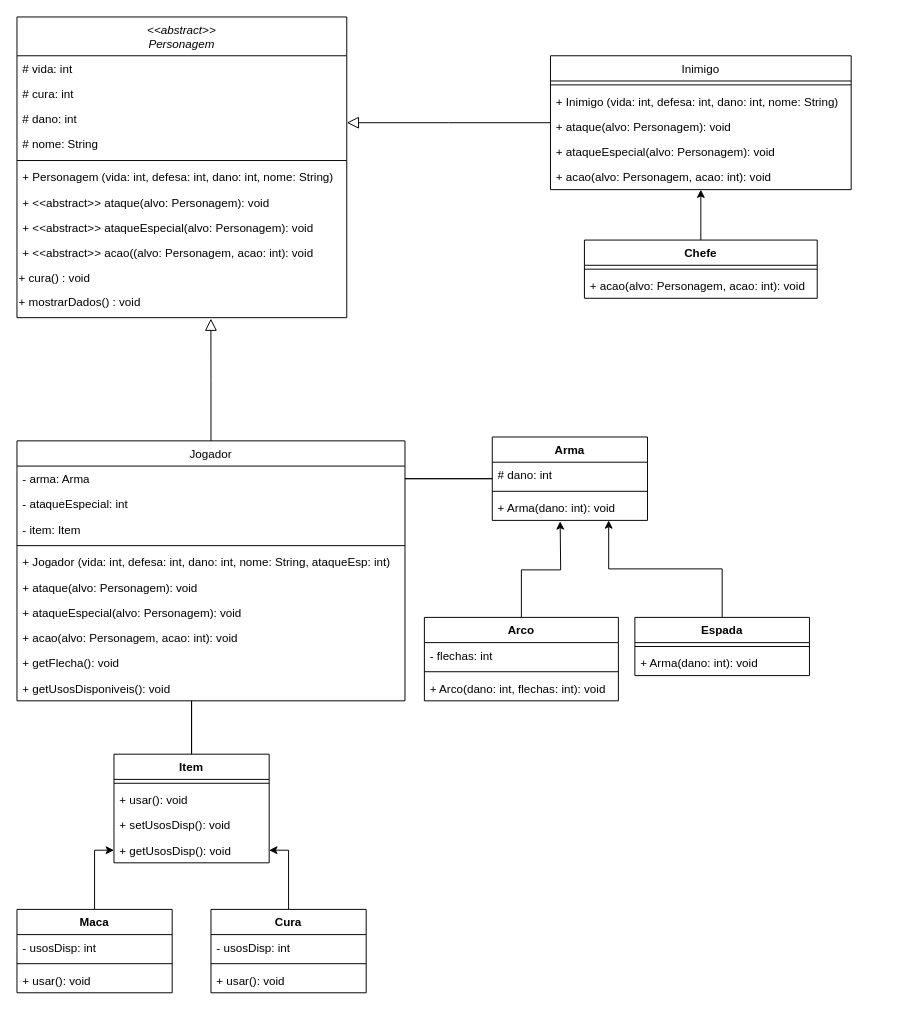
Earlier version of the draw.io diagram Diagrama sem nome.drawio (RomyMartinez/provaDePOO). Source tidied: cells renumbered, new cells numbered last; positions are measured from the earlier drawing's top-left corner, leaving out a move shared by most shapes. Both pictures are drawn from the tidied source at 97%, with x=0, y=0 at pixel (16, 16).
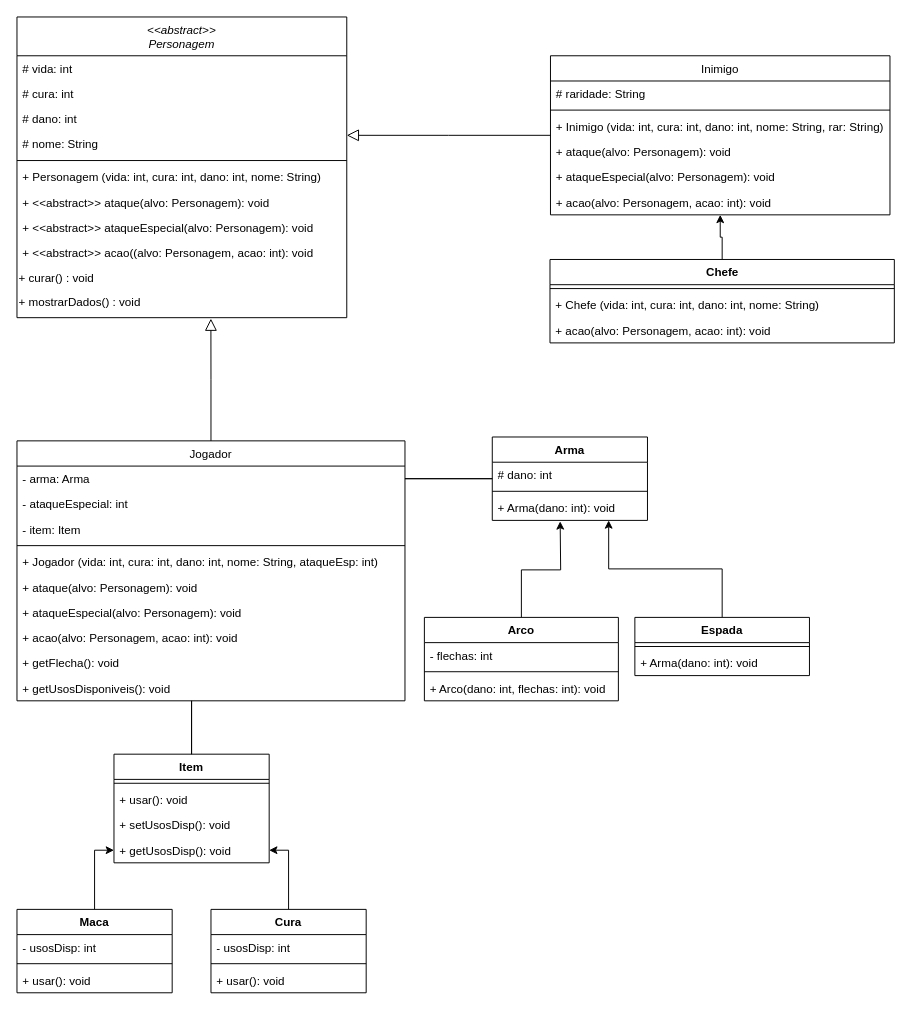
After the change.

Commit message:
Ajustar Inimigo

Unchanged cells that the change refers to:
```xml
<mxCell id="2" value="&lt;&lt;abstract&gt;&gt;&#10;Personagem&#10;&#10;" style="swimlane;fontStyle=2;align=center;verticalAlign=top;horizontal=1;startSize=40;rounded=0;shadow=0;strokeWidth=1;" parent="1" vertex="1">
  <mxGeometry width="340" height="310" as="geometry" />
</mxCell>
<mxCell id="14" value="Jogador" style="swimlane;fontStyle=0;align=center;verticalAlign=top;horizontal=1;startSize=26;rounded=0;shadow=0;strokeWidth=1;" parent="1" vertex="1">
  <mxGeometry y="437" width="400" height="268" as="geometry" />
</mxCell>
```

What changed in the source:
```diff
@@
-    <mxCell id="8" value="+ Personagem (vida: int, defesa: int, dano: int, nome: String)" style="text;align=left;verticalAlign=top;spacingLeft=4;spacingRight=4;overflow=hidden;" parent="2" vertex="1">
+    <mxCell id="8" value="+ Personagem (vida: int, cura: int, dano: int, nome: String)" style="text;align=left;verticalAlign=top;spacingLeft=4;spacingRight=4;overflow=hidden;" parent="2" vertex="1">
       <mxGeometry y="152" width="340" height="26" as="geometry" />
     </mxCell>
@@
-    <mxCell id="12" value="+ cura() : void" style="text;whiteSpace=wrap;html=1;" parent="2" vertex="1">
+    <mxCell id="12" value="+ curar() : void" style="text;whiteSpace=wrap;html=1;" parent="2" vertex="1">
       <mxGeometry y="256" width="340" height="24" as="geometry" />
     </mxCell>
@@
-    <mxCell id="19" value="+ Jogador (vida: int, defesa: int, dano: int, nome: String, ataqueEsp: int)" style="text;align=left;verticalAlign=top;spacingLeft=4;spacingRight=4;overflow=hidden;" parent="14" vertex="1">
+    <mxCell id="19" value="+ Jogador (vida: int, cura: int, dano: int, nome: String, ataqueEsp: int)" style="text;align=left;verticalAlign=top;spacingLeft=4;spacingRight=4;overflow=hidden;" parent="14" vertex="1">
       <mxGeometry y="112" width="400" height="26" as="geometry" />
     </mxCell>
@@
     <mxCell id="26" value="Inimigo" style="swimlane;fontStyle=0;align=center;verticalAlign=top;horizontal=1;startSize=26;rounded=0;shadow=0;strokeWidth=1;" parent="1" vertex="1">
-      <mxGeometry x="550" y="40" width="310" height="138" as="geometry" />
+      <mxGeometry x="550" y="40" width="350" height="164" as="geometry" />
     </mxCell>
+    <mxCell id="67" value="# raridade: String" style="text;align=left;verticalAlign=top;spacingLeft=4;spacingRight=4;overflow=hidden;" parent="26" vertex="1">
+      <mxGeometry y="26" width="350" height="26" as="geometry" />
+    </mxCell>
     <mxCell id="27" style="line;html=1;strokeWidth=1;align=left;verticalAlign=middle;spacingTop=-1;spacingLeft=3;spacingRight=3;labelPosition=right;" parent="26" vertex="1">
-      <mxGeometry y="26" width="310" height="8" as="geometry" />
+      <mxGeometry y="52" width="350" height="8" as="geometry" />
     </mxCell>
-    <mxCell id="28" value="+ Inimigo (vida: int, defesa: int, dano: int, nome: String)" style="text;align=left;verticalAlign=top;spacingLeft=4;spacingRight=4;overflow=hidden;" parent="26" vertex="1">
-      <mxGeometry y="34" width="310" height="26" as="geometry" />
+    <mxCell id="28" value="+ Inimigo (vida: int, cura: int, dano: int, nome: String, rar: String)" style="text;align=left;verticalAlign=top;spacingLeft=4;spacingRight=4;overflow=hidden;" parent="26" vertex="1">
+      <mxGeometry y="60" width="350" height="26" as="geometry" />
     </mxCell>
     <mxCell id="29" value="+ ataque(alvo: Personagem): void" style="text;align=left;verticalAlign=top;spacingLeft=4;spacingRight=4;overflow=hidden;" parent="26" vertex="1">
-      <mxGeometry y="60" width="310" height="26" as="geometry" />
+      <mxGeometry y="86" width="350" height="26" as="geometry" />
     </mxCell>
     <mxCell id="30" value="+ ataqueEspecial(alvo: Personagem): void" style="text;align=left;verticalAlign=top;spacingLeft=4;spacingRight=4;overflow=hidden;" parent="26" vertex="1">
-      <mxGeometry y="86" width="310" height="26" as="geometry" />
+      <mxGeometry y="112" width="350" height="26" as="geometry" />
     </mxCell>
     <mxCell id="31" value="+ acao(alvo: Personagem, acao: int): void" style="text;align=left;verticalAlign=top;spacingLeft=4;spacingRight=4;overflow=hidden;" parent="26" vertex="1">
-      <mxGeometry y="112" width="310" height="26" as="geometry" />
+      <mxGeometry y="138" width="350" height="26" as="geometry" />
     </mxCell>
@@
     <mxCell id="48" value="Chefe" style="swimlane;fontStyle=1;align=center;verticalAlign=top;horizontal=1;startSize=26;whiteSpace=wrap;html=1;" parent="1" vertex="1">
-      <mxGeometry x="585" y="230" width="240" height="60" as="geometry" />
+      <mxGeometry x="549.5" y="250" width="355" height="86" as="geometry" />
     </mxCell>
     <mxCell id="49" style="line;strokeWidth=1;fillColor=none;align=left;verticalAlign=middle;spacingTop=-1;spacingLeft=3;spacingRight=3;labelPosition=right;strokeColor=inherit;" parent="48" vertex="1">
-      <mxGeometry y="26" width="240" height="8" as="geometry" />
+      <mxGeometry y="26" width="355" height="8" as="geometry" />
     </mxCell>
+    <mxCell id="68" value="+ Chefe (vida: int, cura: int, dano: int, nome: String)" style="text;align=left;verticalAlign=top;spacingLeft=4;spacingRight=4;overflow=hidden;" parent="48" vertex="1">
+      <mxGeometry y="34" width="355" height="26" as="geometry" />
+    </mxCell>
     <mxCell id="50" value="+ acao(alvo: Personagem, acao: int): void" style="text;align=left;verticalAlign=top;spacingLeft=4;spacingRight=4;overflow=hidden;" parent="48" vertex="1">
-      <mxGeometry y="34" width="240" height="26" as="geometry" />
+      <mxGeometry y="60" width="355" height="26" as="geometry" />
     </mxCell>
```
